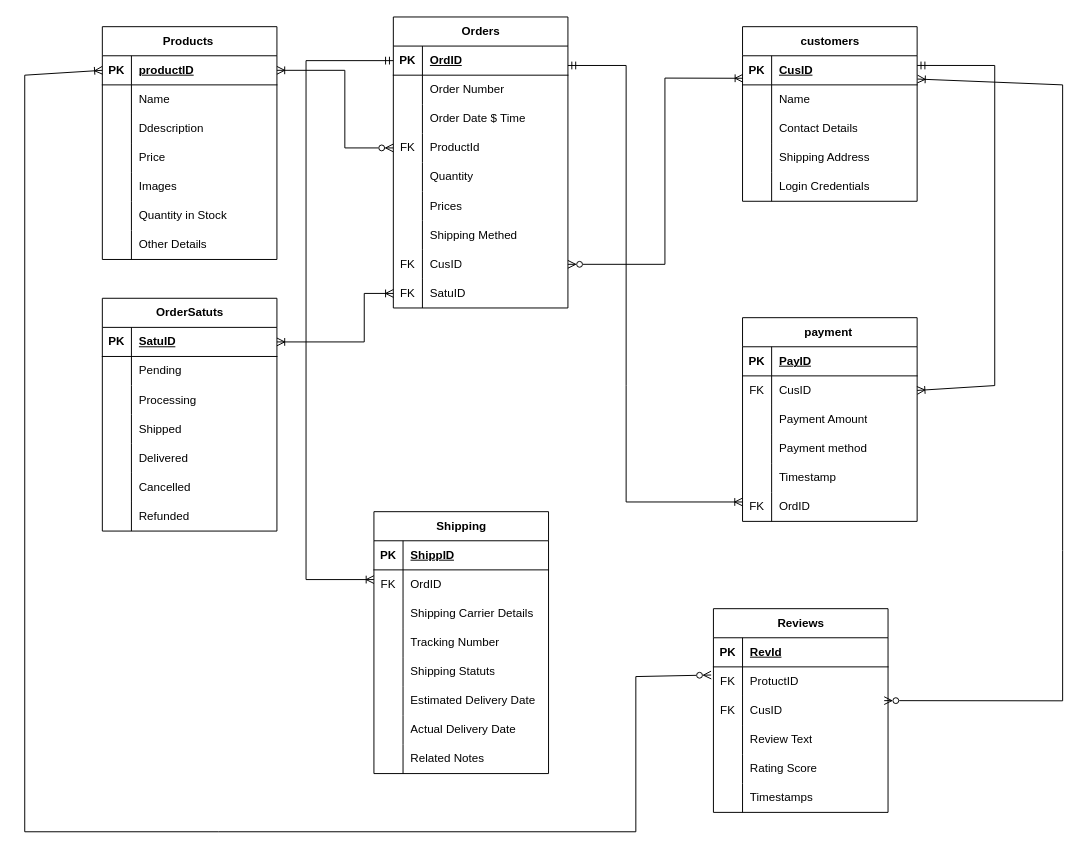
Earlier version of the draw.io diagram OnlingStore.drawio (azizadiab/DataBase). Source tidied: cells renumbered, new cells numbered last; positions are measured from the earlier drawing's top-left corner, leaving out a move shared by most shapes. Both pictures are drawn from the tidied source at 97%, with x=0, y=0 at pixel (24, 16).
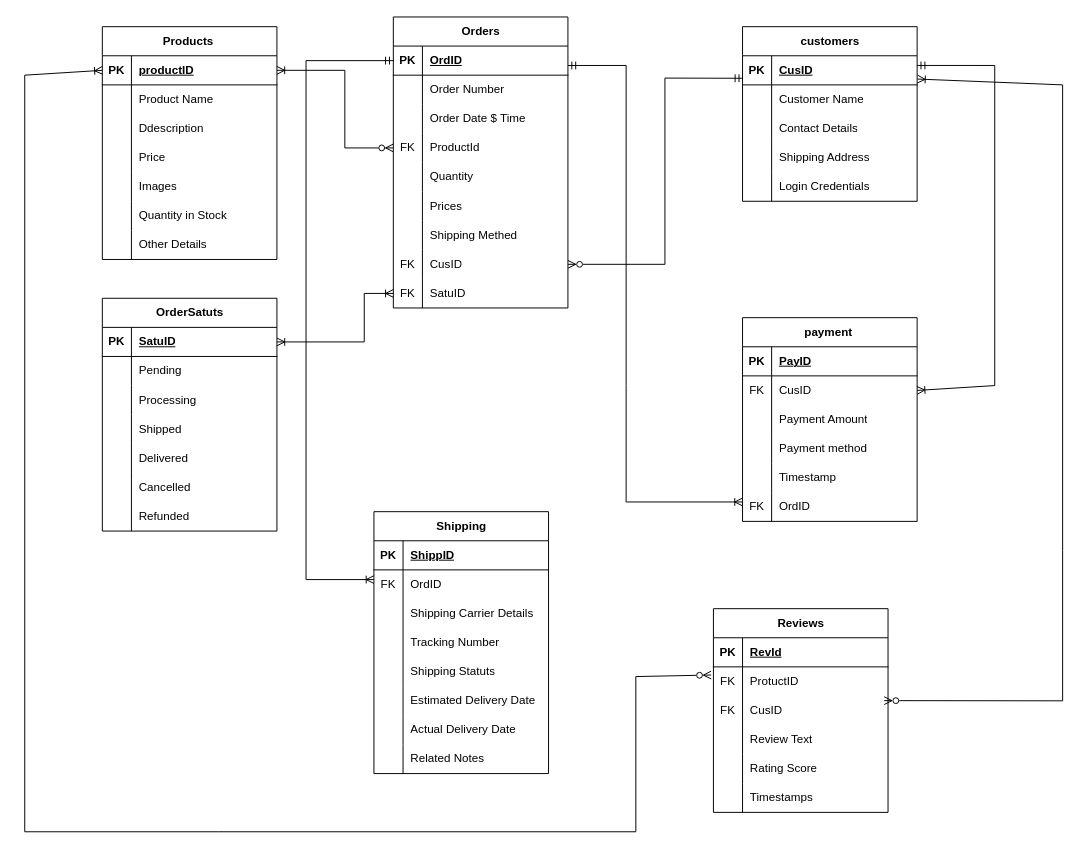
Above is the later version.

The change refers to these unchanged cells:
```xml
<mxCell id="6" style="shape=tableRow;horizontal=0;startSize=0;swimlaneHead=0;swimlaneBody=0;fillColor=none;top=0;left=0;right=0;bottom=0;" parent="2" vertex="1">
  <mxGeometry y="60" width="180" height="30" as="geometry" />
</mxCell>
<mxCell id="25" style="shape=tableRow;horizontal=0;startSize=0;swimlaneHead=0;swimlaneBody=0;fillColor=none;points=[[0,0.5],[1,0.5]];portConstraint=eastwest;top=0;left=0;right=0;bottom=1;" parent="24" vertex="1">
  <mxGeometry y="30" width="180" height="30" as="geometry" />
</mxCell>
<mxCell id="28" style="shape=tableRow;horizontal=0;startSize=0;swimlaneHead=0;swimlaneBody=0;fillColor=none;top=0;left=0;right=0;bottom=0;" parent="24" vertex="1">
  <mxGeometry y="60" width="180" height="30" as="geometry" />
</mxCell>
<mxCell id="62" style="shape=tableRow;horizontal=0;startSize=0;swimlaneHead=0;swimlaneBody=0;fillColor=none;points=[[0,0.5],[1,0.5]];portConstraint=eastwest;top=0;left=0;right=0;bottom=0;" parent="40" vertex="1">
  <mxGeometry y="240" width="180" height="30" as="geometry" />
</mxCell>
```

What changed in the source:
```diff
@@
-    <mxCell id="8" value="Name" style="shape=partialRectangle;fillColor=none;top=0;left=0;bottom=0;right=0;align=left;spacingLeft=6;overflow=hidden;whiteSpace=wrap;html=1;" parent="6" vertex="1">
+    <mxCell id="8" value="Product Name" style="shape=partialRectangle;fillColor=none;top=0;left=0;bottom=0;right=0;align=left;spacingLeft=6;overflow=hidden;whiteSpace=wrap;html=1;" parent="6" vertex="1">
       <mxGeometry x="30" width="150" height="30" as="geometry" />
     </mxCell>
@@
-    <mxCell id="30" value="Name" style="shape=partialRectangle;fillColor=none;top=0;left=0;bottom=0;right=0;align=left;spacingLeft=6;overflow=hidden;whiteSpace=wrap;html=1;" parent="28" vertex="1">
+    <mxCell id="30" value="Customer Name" style="shape=partialRectangle;fillColor=none;top=0;left=0;bottom=0;right=0;align=left;spacingLeft=6;overflow=hidden;whiteSpace=wrap;html=1;" parent="28" vertex="1">
       <mxGeometry x="30" width="150" height="30" as="geometry" />
     </mxCell>
@@
-    <mxCell id="154" style="endArrow=ERoneToMany;html=1;rounded=0;entryX=0.002;entryY=0.773;entryDx=0;entryDy=0;entryPerimeter=0;exitX=1;exitY=0.5;exitDx=0;exitDy=0;endFill=0;startArrow=ERzeroToMany;startFill=0;" parent="1" edge="1" source="62" target="25">
+    <mxCell id="154" style="endArrow=ERmandOne;html=1;rounded=0;entryX=0.002;entryY=0.773;entryDx=0;entryDy=0;entryPerimeter=0;exitX=1;exitY=0.5;exitDx=0;exitDy=0;endFill=0;startArrow=ERzeroToMany;startFill=0;" parent="1" edge="1" source="62" target="25">
       <mxGeometry relative="1" as="geometry">
         <Array as="points">
           <mxPoint x="660" y="255" />
           <mxPoint x="660" y="63" />
         </Array>
       </mxGeometry>
     </mxCell>
```
